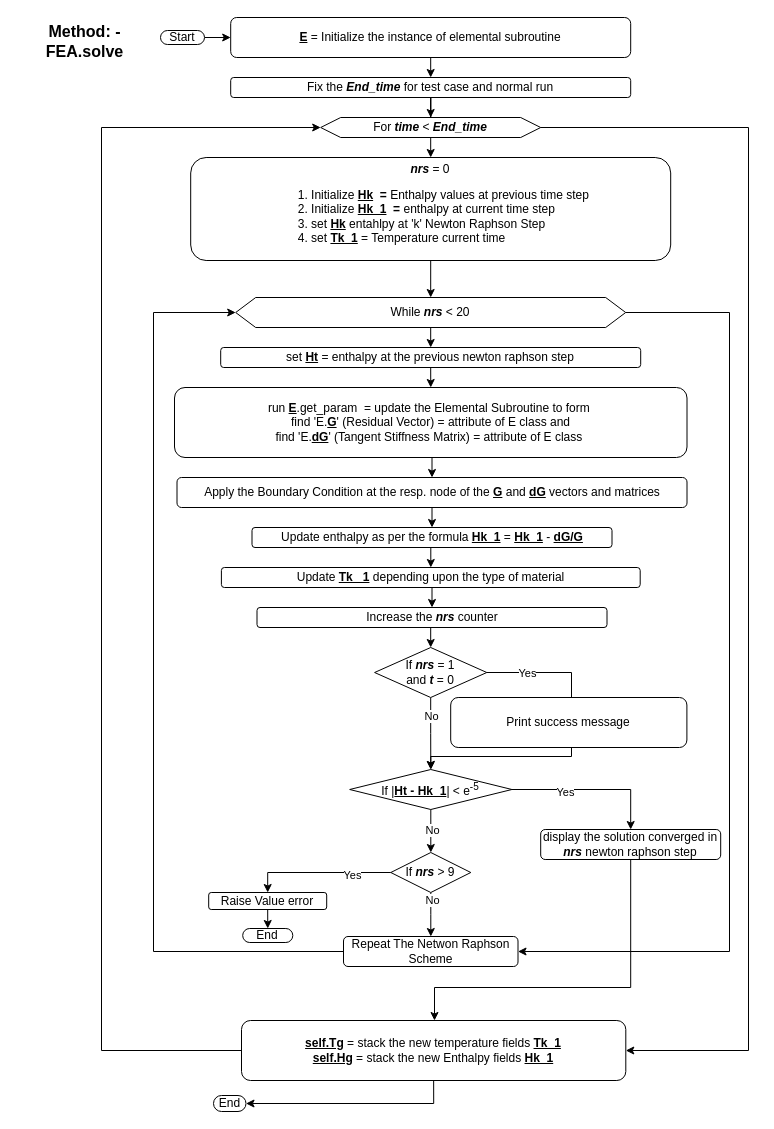
okolekar/PPP keeps this draw.io diagram as Untitled Diagram.drawio. Above is the earlier version. Source tidied: cells renumbered, new cells numbered last; positions are measured from the earlier drawing's top-left corner, leaving out a move shared by most shapes. Both pictures are drawn from the tidied source at 100%, with x=0, y=0 at pixel (17, 17).
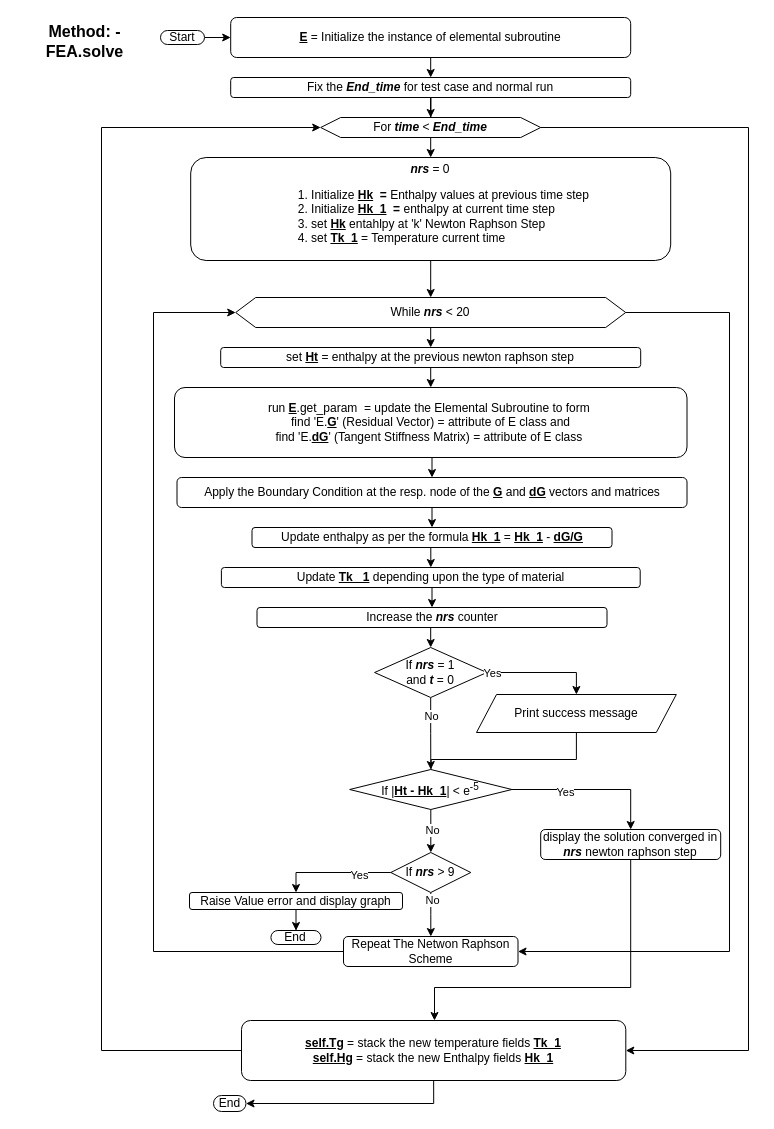
The same page after the edit.

The change refers to these unchanged cells:
```xml
<mxCell id="33" value="If &lt;b&gt;&lt;i&gt;nrs&lt;/i&gt;&lt;/b&gt; = 1 &lt;br&gt;and &lt;b&gt;&lt;i&gt;t&lt;/i&gt;&lt;/b&gt; = 0" style="rhombus;whiteSpace=wrap;html=1;" parent="1" vertex="1">
  <mxGeometry x="357.1" y="630" width="112.2" height="50" as="geometry" />
</mxCell>
<mxCell id="38" value="If |&lt;b&gt;&lt;u&gt;Ht - Hk_1&lt;/u&gt;&lt;/b&gt;| &amp;lt; e&lt;sup&gt;-5&lt;/sup&gt;" style="rhombus;whiteSpace=wrap;html=1;" parent="1" vertex="1">
  <mxGeometry x="332.2" y="752" width="162.2" height="40" as="geometry" />
</mxCell>
```

Diff of the diagram source:
```diff
@@
+    <mxCell id="56" style="edgeStyle=orthogonalEdgeStyle;rounded=0;jettySize=auto;html=1;exitX=0.5;exitY=1;exitDx=0;exitDy=0;entryX=0.5;entryY=0;entryDx=0;entryDy=0;" parent="1" edge="1" source="48">
+      <mxGeometry relative="1" as="geometry">
+        <mxPoint x="413.2" y="769" as="targetPoint" />
+      </mxGeometry>
+    </mxCell>
@@
-    <mxCell id="31" style="edgeStyle=orthogonalEdgeStyle;rounded=0;jettySize=auto;html=1;exitX=1;exitY=0.5;exitDx=0;exitDy=0;entryX=0.5;entryY=0;entryDx=0;entryDy=0;" parent="1" edge="1" source="33" target="38">
-      <mxGeometry relative="1" as="geometry">
-        <Array as="points">
-          <mxPoint x="554" y="655" />
-          <mxPoint x="554" y="739" />
-          <mxPoint x="413" y="739" />
-        </Array>
-      </mxGeometry>
-    </mxCell>
-    <mxCell id="32" value="Yes" style="edgeLabel;html=1;align=center;verticalAlign=middle;" parent="31" vertex="1">
-      <mxGeometry x="-0.67" y="-2" relative="1" as="geometry">
-        <mxPoint x="-13" y="-2" as="offset" />
-      </mxGeometry>
-    </mxCell>
@@
-    <mxCell id="46" style="edgeStyle=orthogonalEdgeStyle;rounded=0;jettySize=auto;html=1;exitX=0.5;exitY=1;exitDx=0;exitDy=0;entryX=0.5;entryY=0;entryDx=0;entryDy=0;" parent="1" edge="1" source="47" target="52">
+    <mxCell id="46" style="edgeStyle=orthogonalEdgeStyle;rounded=0;jettySize=auto;html=1;" parent="1" edge="1" source="47" target="52">
       <mxGeometry relative="1" as="geometry" />
     </mxCell>
-    <mxCell id="47" value="Raise Value error" style="rounded=1;whiteSpace=wrap;html=1;" parent="1" vertex="1">
-      <mxGeometry x="191.2" y="875" width="118" height="17" as="geometry" />
+    <mxCell id="47" value="Raise Value error and display graph" style="rounded=1;whiteSpace=wrap;html=1;" parent="1" vertex="1">
+      <mxGeometry x="172" y="875" width="213" height="17" as="geometry" />
     </mxCell>
-    <mxCell id="48" value="Print success message" style="rounded=1;whiteSpace=wrap;html=1;" parent="1" vertex="1">
-      <mxGeometry x="433.2" y="680" width="236.2" height="50" as="geometry" />
-    </mxCell>
@@
     <mxCell id="52" value="End" style="rounded=1;whiteSpace=wrap;html=1;arcSize=50;" parent="1" vertex="1">
-      <mxGeometry x="225.2" y="911" width="50.1" height="14" as="geometry" />
+      <mxGeometry x="253.4" y="913" width="50.1" height="14" as="geometry" />
     </mxCell>
@@
+    <mxCell id="57" style="edgeStyle=orthogonalEdgeStyle;rounded=0;jettySize=auto;html=1;exitX=1;exitY=0.5;exitDx=0;exitDy=0;entryX=0.5;entryY=0;entryDx=0;entryDy=0;" parent="1" edge="1" source="33" target="48">
+      <mxGeometry relative="1" as="geometry" />
+    </mxCell>
+    <mxCell id="32" value="Yes" style="edgeLabel;html=1;align=center;verticalAlign=middle;" parent="57" vertex="1">
+      <mxGeometry x="-0.67" y="-2" relative="1" as="geometry">
+        <mxPoint x="-13" y="-2" as="offset" />
+      </mxGeometry>
+    </mxCell>
+    <mxCell id="48" value="Print success message" style="shape=parallelogram;perimeter=parallelogramPerimeter;whiteSpace=wrap;html=1;fixedSize=1;" parent="1" vertex="1">
+      <mxGeometry x="459" y="677" width="199.8" height="38" as="geometry" />
+    </mxCell>
```
